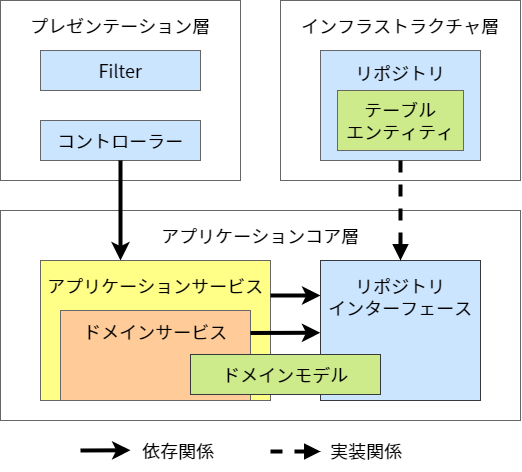
AlesInfiny/maia keeps this draw.io diagram as documents/contents/images/app-architecture/client-side-rendering/csr-architecture-light.png. Above is the earlier version. Source tidied: cells renumbered, new cells last; positions are measured from the earlier drawing's top-left corner, leaving out a move shared by most shapes.
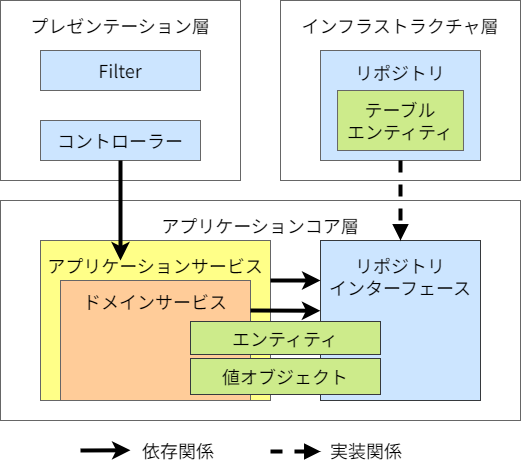
After the commit.

What changed in the source:
```diff
@@ -3,10 +3,10 @@
     <mxCell id="0" />
     <mxCell id="1" parent="0" />
     <mxCell id="2" value="&lt;font color=&quot;#000000&quot;&gt;アプリケーションコア層&lt;br&gt;&lt;/font&gt;" style="rounded=0;whiteSpace=wrap;html=1;fontFamily=Noto Sans JP;fontSize=18;strokeWidth=1;fontSource=https%3A%2F%2Ffonts.googleapis.com%2Fcss%3Ffamily%3DNoto%2BSans%2BJP;fillColor=none;strokeColor=#666666;spacingTop=8;verticalAlign=top;" parent="1" vertex="1">
-      <mxGeometry y="210" width="520" height="210" as="geometry" />
+      <mxGeometry y="200" width="520" height="220" as="geometry" />
     </mxCell>
     <mxCell id="3" value="&lt;div&gt;&lt;font color=&quot;#000000&quot;&gt;アプリケーションサービス&lt;/font&gt;&lt;/div&gt;" style="rounded=0;whiteSpace=wrap;html=1;fontFamily=Noto Sans JP;fontSize=18;fillColor=#ffff88;strokeColor=#666666;strokeWidth=1;spacingLeft=0;fontSource=https%3A%2F%2Ffonts.googleapis.com%2Fcss%3Ffamily%3DNoto%2BSans%2BJP;align=center;verticalAlign=top;spacingTop=8;" parent="1" vertex="1">
-      <mxGeometry x="40" y="260" width="230" height="140" as="geometry" />
+      <mxGeometry x="40" y="240" width="230" height="160" as="geometry" />
     </mxCell>
     <mxCell id="4" value="&lt;font color=&quot;#000000&quot;&gt;インフラストラクチャ層&lt;br&gt;&lt;/font&gt;" style="rounded=0;whiteSpace=wrap;html=1;fontFamily=Noto Sans JP;fontSize=18;strokeWidth=1;fontSource=https%3A%2F%2Ffonts.googleapis.com%2Fcss%3Ffamily%3DNoto%2BSans%2BJP;fillColor=none;strokeColor=#666666;spacingTop=8;verticalAlign=top;" parent="1" vertex="1">
       <mxGeometry x="280" width="240" height="180" as="geometry" />
@@ -15,13 +15,13 @@
       <mxGeometry width="240" height="180" as="geometry" />
     </mxCell>
     <mxCell id="6" value="&lt;div&gt;&lt;font color=&quot;#000000&quot;&gt;ドメインサービス&lt;/font&gt;&lt;/div&gt;" style="rounded=0;whiteSpace=wrap;html=1;fontFamily=Noto Sans JP;fontSize=18;fillColor=#ffcc99;strokeColor=#666666;strokeWidth=1;spacingLeft=0;fontSource=https%3A%2F%2Ffonts.googleapis.com%2Fcss%3Ffamily%3DNoto%2BSans%2BJP;align=center;verticalAlign=top;spacingTop=4;" parent="1" vertex="1">
-      <mxGeometry x="60" y="310" width="190" height="90" as="geometry" />
+      <mxGeometry x="60" y="280" width="190" height="120" as="geometry" />
     </mxCell>
     <mxCell id="7" value="&lt;font color=&quot;#000000&quot;&gt;リポジトリ&lt;br&gt;&lt;br&gt;&lt;br&gt;&lt;br&gt;&lt;/font&gt;" style="rounded=0;whiteSpace=wrap;html=1;fontFamily=Noto Sans JP;fontSize=18;fillColor=#cce5ff;strokeColor=#666666;strokeWidth=1;spacingLeft=0;fontSource=https%3A%2F%2Ffonts.googleapis.com%2Fcss%3Ffamily%3DNoto%2BSans%2BJP;" parent="1" vertex="1">
       <mxGeometry x="320" y="50" width="160" height="110" as="geometry" />
     </mxCell>
     <mxCell id="8" value="&lt;font color=&quot;#000000&quot;&gt;リポジトリ&lt;br&gt;インターフェース&lt;br&gt;&lt;/font&gt;" style="rounded=0;whiteSpace=wrap;html=1;fontFamily=Noto Sans JP;fontSize=18;fillColor=#cce5ff;strokeColor=#36393d;strokeWidth=1;spacingLeft=0;fontSource=https%3A%2F%2Ffonts.googleapis.com%2Fcss%3Ffamily%3DNoto%2BSans%2BJP;verticalAlign=top;spacingTop=8;" parent="1" vertex="1">
-      <mxGeometry x="320" y="260" width="160" height="140" as="geometry" />
+      <mxGeometry x="320" y="240" width="160" height="160" as="geometry" />
     </mxCell>
     <mxCell id="9" value="&lt;font color=&quot;#000000&quot;&gt;コントローラー&lt;/font&gt;" style="rounded=0;whiteSpace=wrap;html=1;fontFamily=Noto Sans JP;fontSize=18;fillColor=#cce5ff;strokeColor=#666666;strokeWidth=1;spacingLeft=0;fontSource=https%3A%2F%2Ffonts.googleapis.com%2Fcss%3Ffamily%3DNoto%2BSans%2BJP;" parent="1" vertex="1">
       <mxGeometry x="40" y="120" width="160" height="40" as="geometry" />
@@ -40,9 +40,6 @@
     <mxCell id="13" style="edgeStyle=none;sketch=0;html=1;exitX=0.5;exitY=1;exitDx=0;exitDy=0;shadow=0;fontColor=#000000;endArrow=block;endFill=1;strokeColor=#000000;strokeWidth=4;dashed=1;" parent="1" edge="1" source="7" target="8">
       <mxGeometry relative="1" as="geometry" />
     </mxCell>
-    <mxCell id="14" value="&lt;font color=&quot;#000000&quot;&gt;ドメインモデル&lt;/font&gt;" style="rounded=0;whiteSpace=wrap;html=1;fontFamily=Noto Sans JP;fontSize=18;fillColor=#cdeb8b;strokeColor=#36393d;strokeWidth=1;spacingLeft=0;fontSource=https%3A%2F%2Ffonts.googleapis.com%2Fcss%3Ffamily%3DNoto%2BSans%2BJP;" parent="1" vertex="1">
-      <mxGeometry x="190" y="354" width="190" height="40" as="geometry" />
-    </mxCell>
     <mxCell id="15" value="依存関係" style="text;html=1;strokeColor=none;fillColor=none;align=left;verticalAlign=middle;whiteSpace=wrap;rounded=0;fontFamily=Noto Sans JP;fontSource=https%3A%2F%2Ffonts.googleapis.com%2Fcss%3Ffamily%3DNoto%2BSans%2BJP;fontSize=18;fontColor=#000000;" parent="1" vertex="1">
       <mxGeometry x="140" y="430" width="90" height="40" as="geometry" />
     </mxCell>
@@ -61,11 +58,17 @@
         <mxPoint x="320" y="451" as="targetPoint" />
       </mxGeometry>
     </mxCell>
-    <mxCell id="19" style="edgeStyle=none;sketch=0;html=1;shadow=0;fontColor=#000000;endArrow=classic;endFill=1;strokeColor=#000000;strokeWidth=4;exitX=1;exitY=0.25;exitDx=0;exitDy=0;entryX=-0.001;entryY=0.516;entryDx=0;entryDy=0;entryPerimeter=0;" parent="1" edge="1" source="6" target="8">
+    <mxCell id="19" style="edgeStyle=none;sketch=0;html=1;shadow=0;fontColor=#000000;endArrow=classic;endFill=1;strokeColor=#000000;strokeWidth=4;exitX=1;exitY=0.25;exitDx=0;exitDy=0;entryX=-0.001;entryY=0.439;entryDx=0;entryDy=0;entryPerimeter=0;" parent="1" edge="1" source="6" target="8">
       <mxGeometry relative="1" as="geometry" />
     </mxCell>
     <mxCell id="20" style="edgeStyle=none;sketch=0;html=1;exitX=1;exitY=0.25;exitDx=0;exitDy=0;shadow=0;fontColor=#000000;endArrow=classic;endFill=1;strokeColor=#000000;strokeWidth=4;entryX=0;entryY=0.25;entryDx=0;entryDy=0;" parent="1" edge="1" source="3" target="8">
       <mxGeometry relative="1" as="geometry" />
     </mxCell>
+    <mxCell id="21" value="値オブジェクト" style="rounded=0;whiteSpace=wrap;html=1;fontFamily=Noto Sans JP;fontSize=18;fillColor=#cdeb8b;strokeColor=#36393D;strokeWidth=1;spacingLeft=0;fontSource=https%3A%2F%2Ffonts.googleapis.com%2Fcss%3Ffamily%3DNoto%2BSans%2BJP;" parent="1" vertex="1">
+      <mxGeometry x="190" y="358" width="190" height="36" as="geometry" />
+    </mxCell>
+    <mxCell id="22" value="エンティティ" style="rounded=0;whiteSpace=wrap;html=1;fontFamily=Noto Sans JP;fontSize=18;fillColor=#cdeb8b;strokeColor=#36393D;strokeWidth=1;spacingLeft=0;fontSource=https%3A%2F%2Ffonts.googleapis.com%2Fcss%3Ffamily%3DNoto%2BSans%2BJP;" parent="1" vertex="1">
+      <mxGeometry x="190" y="321" width="190" height="33" as="geometry" />
+    </mxCell>
   </root>
 </mxGraphModel>
```
